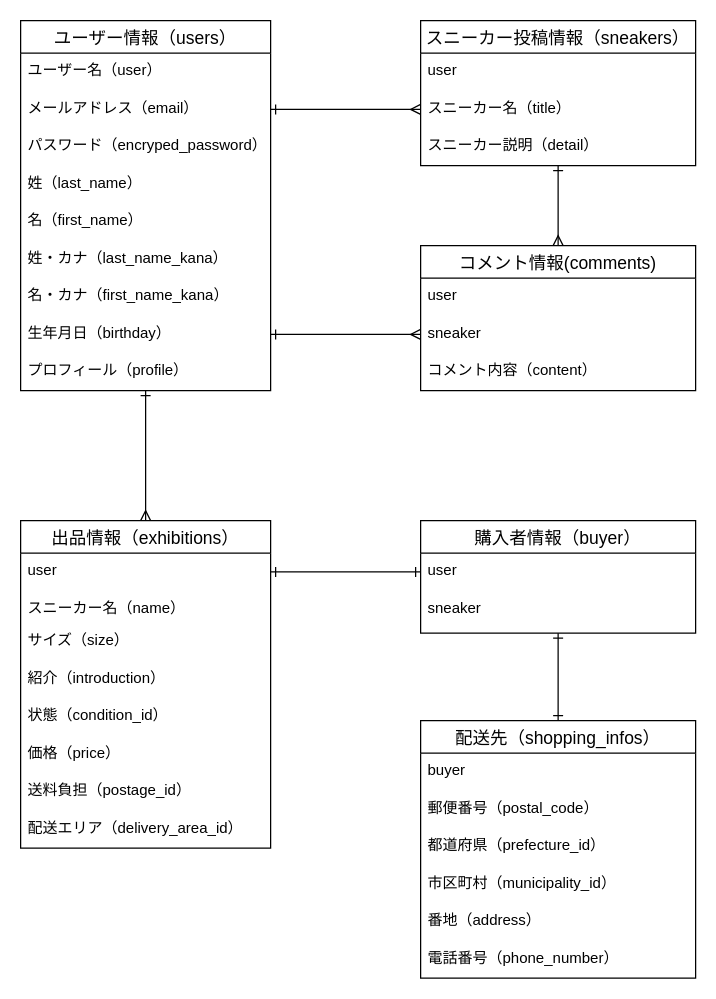
Above: sneaker.dio in daichi-33/sneaker-hz (draw.io), before the change. Source tidied: cells renumbered, new cells numbered last; positions are measured from the earlier drawing's top-left corner, leaving out a move shared by most shapes. Both pictures are drawn from the tidied source at 125%, with x=0, y=0 at pixel (20, 20).
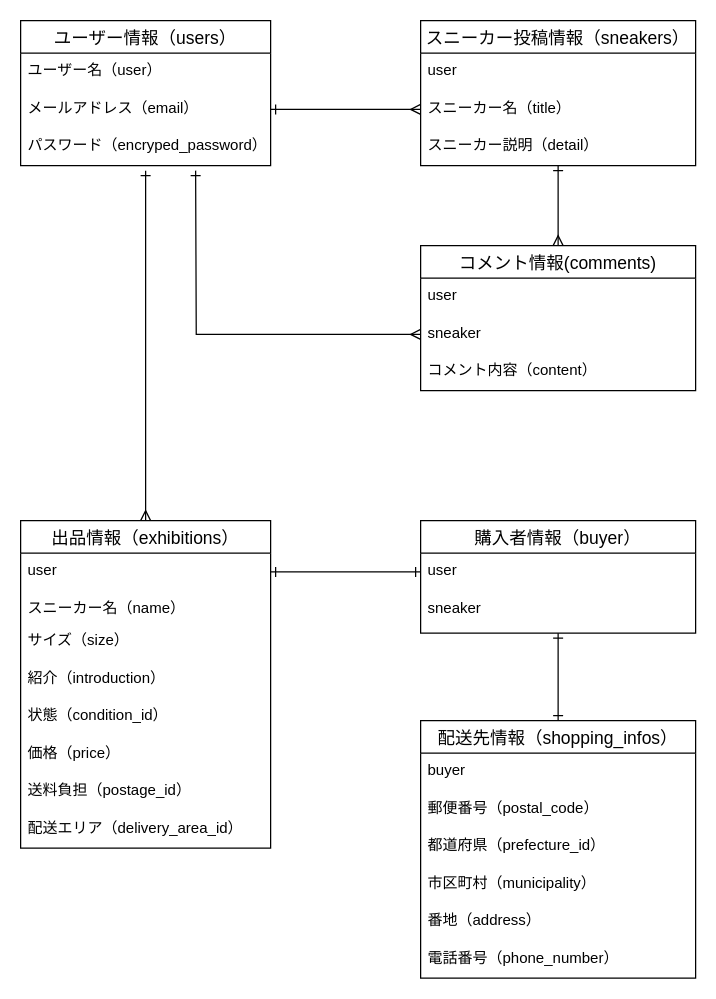
The same diagram, later.

The change refers to these unchanged cells:
```xml
<mxCell id="19" value="sneaker" style="text;strokeColor=none;fillColor=none;spacingLeft=4;spacingRight=4;overflow=hidden;points=[[0,0.5],[1,0.5]];portConstraint=eastwest;fontSize=12;" parent="17" vertex="1">
  <mxGeometry y="56" width="220" height="30" as="geometry" />
</mxCell>
<mxCell id="24" value="出品情報（exhibitions）" style="swimlane;fontStyle=0;horizontal=1;startSize=26;align=center;fontSize=14;" parent="1" vertex="1">
  <mxGeometry y="400" width="200" height="262" as="geometry" />
</mxCell>
```

The edit, as a diff of the source:
```diff
@@
     <mxCell id="2" value="ユーザー情報（users）" style="swimlane;fontStyle=0;horizontal=1;startSize=26;align=center;fontSize=14;" parent="1" vertex="1">
-      <mxGeometry width="200" height="296" as="geometry" />
+      <mxGeometry width="200" height="116" as="geometry" />
     </mxCell>
@@
-    <mxCell id="6" value="姓（last_name）" style="text;strokeColor=none;fillColor=none;spacingLeft=4;spacingRight=4;overflow=hidden;fontSize=12;" parent="2" vertex="1">
-      <mxGeometry y="116" width="200" height="30" as="geometry" />
-    </mxCell>
-    <mxCell id="7" value="名（first_name）" style="text;strokeColor=none;fillColor=none;spacingLeft=4;spacingRight=4;overflow=hidden;fontSize=12;" parent="2" vertex="1">
-      <mxGeometry y="146" width="200" height="30" as="geometry" />
-    </mxCell>
-    <mxCell id="8" value="姓・カナ（last_name_kana）" style="text;strokeColor=none;fillColor=none;spacingLeft=4;spacingRight=4;overflow=hidden;fontSize=12;" parent="2" vertex="1">
-      <mxGeometry y="176" width="200" height="30" as="geometry" />
-    </mxCell>
-    <mxCell id="9" value="名・カナ（first_name_kana）" style="text;strokeColor=none;fillColor=none;spacingLeft=4;spacingRight=4;overflow=hidden;fontSize=12;" parent="2" vertex="1">
-      <mxGeometry y="206" width="200" height="30" as="geometry" />
-    </mxCell>
-    <mxCell id="10" value="生年月日（birthday）" style="text;strokeColor=none;fillColor=none;spacingLeft=4;spacingRight=4;overflow=hidden;points=[[0,0.5],[1,0.5]];portConstraint=eastwest;fontSize=12;" parent="2" vertex="1">
-      <mxGeometry y="236" width="200" height="30" as="geometry" />
-    </mxCell>
-    <mxCell id="11" value="プロフィール（profile）" style="text;strokeColor=none;fillColor=none;spacingLeft=4;spacingRight=4;overflow=hidden;points=[[0,0.5],[1,0.5]];portConstraint=eastwest;fontSize=12;" parent="2" vertex="1">
-      <mxGeometry y="266" width="200" height="30" as="geometry" />
-    </mxCell>
@@
-    <mxCell id="22" style="edgeStyle=orthogonalEdgeStyle;rounded=0;jettySize=auto;html=1;exitX=1;exitY=0.5;exitDx=0;exitDy=0;entryX=0;entryY=0.5;entryDx=0;entryDy=0;startArrow=ERone;startFill=0;endArrow=ERmany;endFill=0;" parent="1" edge="1" source="10" target="19">
-      <mxGeometry relative="1" as="geometry" />
+    <mxCell id="22" style="edgeStyle=orthogonalEdgeStyle;rounded=0;jettySize=auto;html=1;entryX=0;entryY=0.5;entryDx=0;entryDy=0;startArrow=ERone;startFill=0;endArrow=ERmany;endFill=0;" parent="1" edge="1" target="19">
+      <mxGeometry relative="1" as="geometry">
+        <mxPoint x="140" y="120" as="sourcePoint" />
+      </mxGeometry>
     </mxCell>
-    <mxCell id="23" style="edgeStyle=orthogonalEdgeStyle;rounded=0;jettySize=auto;html=1;exitX=0.5;exitY=0;exitDx=0;exitDy=0;entryX=0.5;entryY=1;entryDx=0;entryDy=0;entryPerimeter=0;startArrow=ERmany;startFill=0;endArrow=ERone;endFill=0;" parent="1" edge="1" source="24" target="11">
-      <mxGeometry relative="1" as="geometry" />
+    <mxCell id="23" style="edgeStyle=orthogonalEdgeStyle;rounded=0;jettySize=auto;html=1;exitX=0.5;exitY=0;exitDx=0;exitDy=0;startArrow=ERmany;startFill=0;endArrow=ERone;endFill=0;" parent="1" edge="1" source="24">
+      <mxGeometry relative="1" as="geometry">
+        <mxPoint x="100" y="120" as="targetPoint" />
+      </mxGeometry>
     </mxCell>
@@
-    <mxCell id="37" value="配送先（shopping_infos）" style="swimlane;fontStyle=0;horizontal=1;startSize=26;align=center;fontSize=14;" parent="1" vertex="1">
+    <mxCell id="37" value="配送先情報（shopping_infos）" style="swimlane;fontStyle=0;horizontal=1;startSize=26;align=center;fontSize=14;" parent="1" vertex="1">
       <mxGeometry x="320" y="560" width="220" height="206" as="geometry" />
     </mxCell>
@@
-    <mxCell id="41" value="市区町村（municipality_id）" style="text;strokeColor=none;fillColor=none;spacingLeft=4;spacingRight=4;overflow=hidden;fontSize=12;" parent="37" vertex="1">
+    <mxCell id="41" value="市区町村（municipality）" style="text;strokeColor=none;fillColor=none;spacingLeft=4;spacingRight=4;overflow=hidden;fontSize=12;" parent="37" vertex="1">
       <mxGeometry y="116" width="220" height="30" as="geometry" />
     </mxCell>
```
